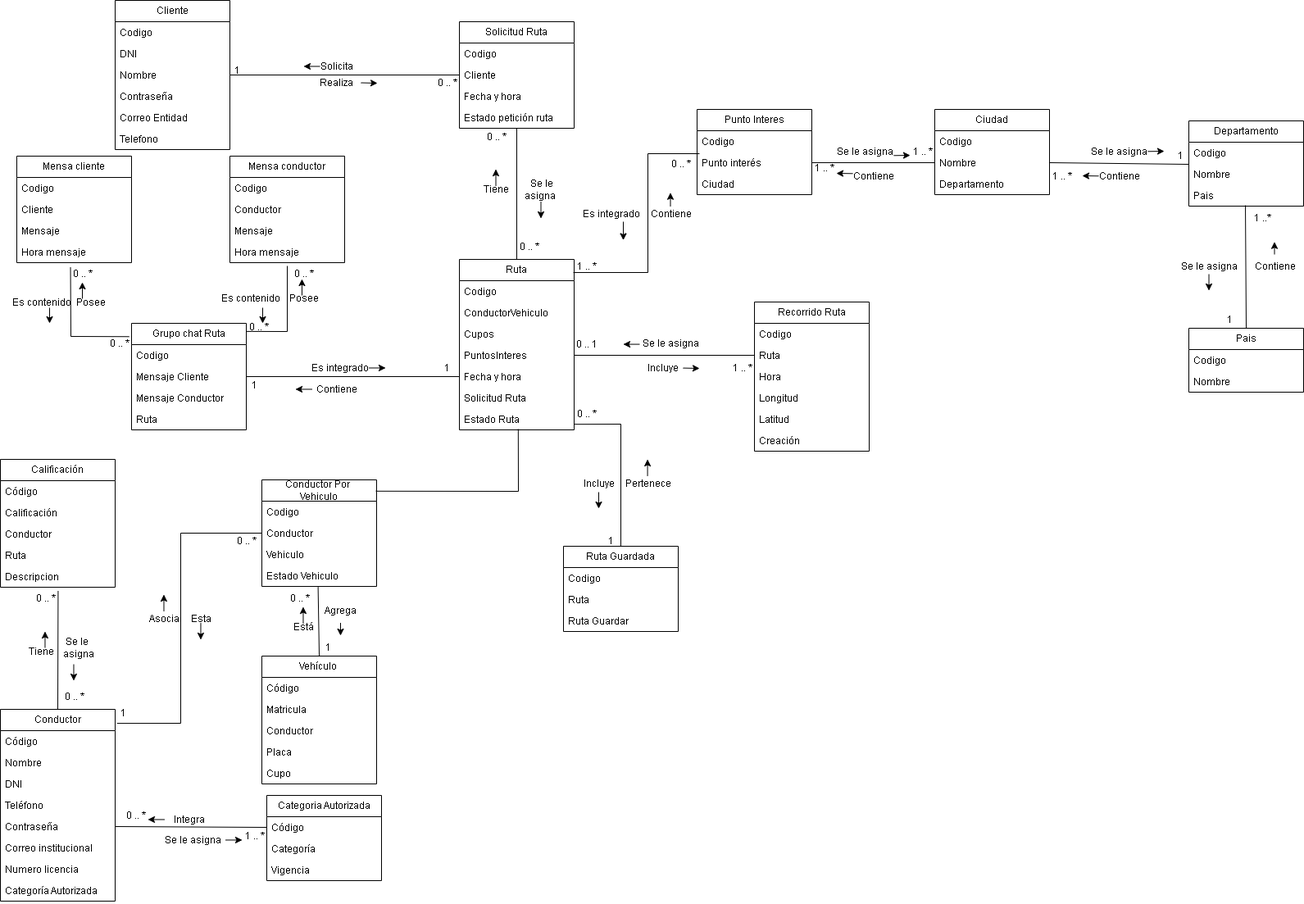
Before: Imagenes/Modelo-Dominio/ModeloDominioEnriquesido.png, a diagram exported from draw.io (federico1605/Software2). Source tidied: cells renumbered, new cells last; positions are measured from the earlier drawing's top-left corner, leaving out a move shared by most shapes.
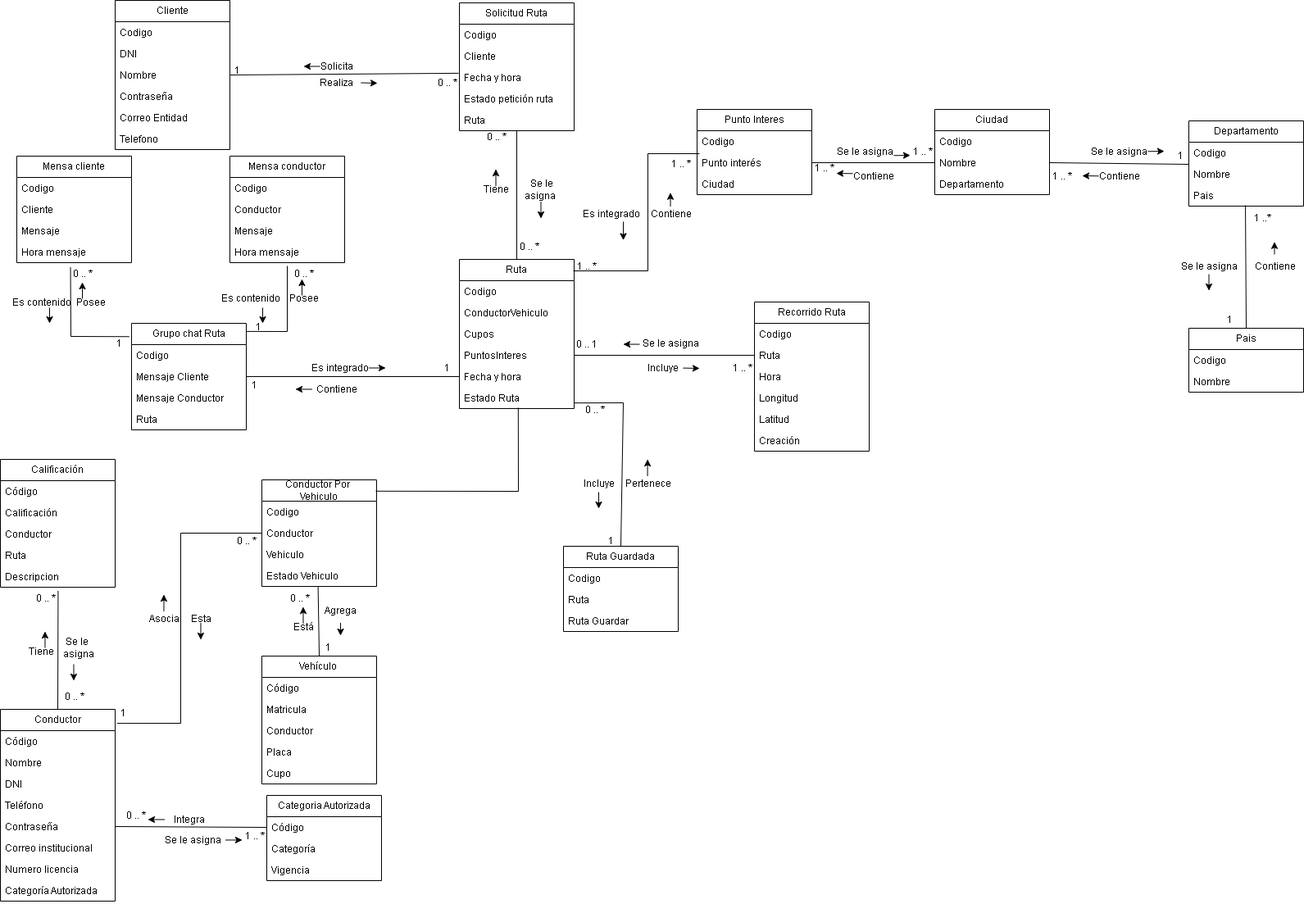
Above is the later version.

The edit, as a diff of the source:
```diff
@@ -24,7 +24,7 @@
       <mxGeometry y="156" width="140" height="26" as="geometry" />
     </mxCell>
     <mxCell id="9" value="Solicitud Ruta" style="swimlane;fontStyle=0;horizontal=1;startSize=26;fillColor=none;whiteSpace=wrap;html=1;" parent="1" vertex="1">
-      <mxGeometry x="560" y="26" width="140" height="130" as="geometry" />
+      <mxGeometry x="560" y="3" width="140" height="156" as="geometry" />
     </mxCell>
     <mxCell id="10" value="Codigo&lt;br&gt;" style="text;strokeColor=none;fillColor=none;align=left;verticalAlign=top;spacingLeft=4;spacingRight=4;overflow=hidden;whiteSpace=wrap;html=1;" parent="9" vertex="1">
       <mxGeometry y="26" width="140" height="26" as="geometry" />
@@ -35,8 +35,11 @@
     <mxCell id="12" value="Fecha y hora&amp;nbsp;" style="text;strokeColor=none;fillColor=none;align=left;verticalAlign=top;spacingLeft=4;spacingRight=4;overflow=hidden;points=[[0,0.5],[1,0.5]];portConstraint=eastwest;whiteSpace=wrap;html=1;" parent="9" vertex="1">
       <mxGeometry y="78" width="140" height="26" as="geometry" />
     </mxCell>
+    <mxCell id="199" value="Estado petición ruta" style="text;strokeColor=none;fillColor=none;align=left;verticalAlign=top;spacingLeft=4;spacingRight=4;overflow=hidden;whiteSpace=wrap;html=1;" parent="9" vertex="1">
+      <mxGeometry y="104" width="140" height="26" as="geometry" />
+    </mxCell>
-    <mxCell id="13" value="Estado petición ruta" style="text;strokeColor=none;fillColor=none;align=left;verticalAlign=top;spacingLeft=4;spacingRight=4;overflow=hidden;points=[[0,0.5],[1,0.5]];portConstraint=eastwest;whiteSpace=wrap;html=1;" parent="9" vertex="1">
-      <mxGeometry y="104" width="140" height="26" as="geometry" />
+    <mxCell id="13" value="Ruta" style="text;strokeColor=none;fillColor=none;align=left;verticalAlign=top;spacingLeft=4;spacingRight=4;overflow=hidden;points=[[0,0.5],[1,0.5]];portConstraint=eastwest;whiteSpace=wrap;html=1;" parent="9" vertex="1">
+      <mxGeometry y="130" width="140" height="26" as="geometry" />
     </mxCell>
     <mxCell id="14" style="endArrow=classic;html=1;rounded=0;" parent="1" edge="1">
       <mxGeometry relative="1" as="geometry">
@@ -50,7 +53,7 @@
         <mxPoint x="370" y="80.5" as="targetPoint" />
       </mxGeometry>
     </mxCell>
-    <mxCell id="16" style="endArrow=none;html=1;rounded=0;exitX=1;exitY=0.5;exitDx=0;exitDy=0;entryX=0;entryY=0.5;entryDx=0;entryDy=0;" parent="1" edge="1" source="5" target="11">
+    <mxCell id="16" style="endArrow=none;html=1;rounded=0;exitX=1;exitY=0.5;exitDx=0;exitDy=0;entryX=-0.007;entryY=0.302;entryDx=0;entryDy=0;entryPerimeter=0;" parent="1" edge="1" source="5" target="12">
       <mxGeometry relative="1" as="geometry" />
     </mxCell>
     <mxCell id="17" value="Solicita" style="text;html=1;align=center;verticalAlign=middle;strokeColor=none;fillColor=none;" parent="1" vertex="1">
@@ -66,7 +69,7 @@
       <mxGeometry x="275" y="71" width="30" height="30" as="geometry" />
     </mxCell>
     <mxCell id="21" value="Ruta" style="swimlane;fontStyle=0;horizontal=1;startSize=26;fillColor=none;whiteSpace=wrap;html=1;" parent="1" vertex="1">
-      <mxGeometry x="560" y="316" width="140" height="208" as="geometry" />
+      <mxGeometry x="560" y="316" width="140" height="182" as="geometry" />
     </mxCell>
     <mxCell id="22" value="Codigo" style="text;strokeColor=none;fillColor=none;align=left;verticalAlign=top;spacingLeft=4;spacingRight=4;overflow=hidden;whiteSpace=wrap;html=1;" parent="21" vertex="1">
       <mxGeometry y="26" width="140" height="26" as="geometry" />
@@ -83,11 +86,8 @@
     <mxCell id="26" value="Fecha y hora" style="text;strokeColor=none;fillColor=none;align=left;verticalAlign=top;spacingLeft=4;spacingRight=4;overflow=hidden;points=[[0,0.5],[1,0.5]];portConstraint=eastwest;whiteSpace=wrap;html=1;" parent="21" vertex="1">
       <mxGeometry y="130" width="140" height="26" as="geometry" />
     </mxCell>
-    <mxCell id="27" value="Solicitud Ruta" style="text;strokeColor=none;fillColor=none;align=left;verticalAlign=top;spacingLeft=4;spacingRight=4;overflow=hidden;whiteSpace=wrap;html=1;" parent="21" vertex="1">
-      <mxGeometry y="156" width="140" height="26" as="geometry" />
-    </mxCell>
     <mxCell id="28" value="Estado Ruta" style="text;strokeColor=none;fillColor=none;align=left;verticalAlign=top;spacingLeft=4;spacingRight=4;overflow=hidden;points=[[0,0.5],[1,0.5]];portConstraint=eastwest;whiteSpace=wrap;html=1;" parent="21" vertex="1">
-      <mxGeometry y="182" width="140" height="26" as="geometry" />
+      <mxGeometry y="156" width="140" height="26" as="geometry" />
     </mxCell>
     <mxCell id="29" style="endArrow=none;html=1;rounded=0;exitX=0.5;exitY=0;exitDx=0;exitDy=0;entryX=0.5;entryY=1;entryDx=0;entryDy=0;entryPerimeter=0;" parent="1" edge="1" source="21" target="13">
       <mxGeometry relative="1" as="geometry" />
@@ -193,11 +193,11 @@
     <mxCell id="58" value="0 .. *" style="text;html=1;align=center;verticalAlign=middle;strokeColor=none;fillColor=none;" parent="1" vertex="1">
       <mxGeometry x="345" y="319" width="50" height="30" as="geometry" />
     </mxCell>
-    <mxCell id="59" value="0 .. *" style="text;html=1;align=center;verticalAlign=middle;strokeColor=none;fillColor=none;" parent="1" vertex="1">
-      <mxGeometry x="120" y="404" width="50" height="30" as="geometry" />
+    <mxCell id="59" value="1" style="text;html=1;align=center;verticalAlign=middle;strokeColor=none;fillColor=none;" parent="1" vertex="1">
+      <mxGeometry x="130" y="404" width="30" height="30" as="geometry" />
     </mxCell>
-    <mxCell id="60" value="0 .. *" style="text;html=1;align=center;verticalAlign=middle;strokeColor=none;fillColor=none;" parent="1" vertex="1">
-      <mxGeometry x="290" y="384" width="50" height="30" as="geometry" />
+    <mxCell id="60" value="1" style="text;html=1;align=center;verticalAlign=middle;strokeColor=none;fillColor=none;" parent="1" vertex="1">
+      <mxGeometry x="300" y="384" width="30" height="30" as="geometry" />
     </mxCell>
     <mxCell id="61" style="endArrow=none;html=1;rounded=0;exitX=1;exitY=0.5;exitDx=0;exitDy=0;entryX=0;entryY=0.5;entryDx=0;entryDy=0;" parent="1" edge="1" source="48" target="26">
       <mxGeometry relative="1" as="geometry" />
@@ -502,7 +502,7 @@
     <mxCell id="143" style="endArrow=none;html=1;rounded=0;exitX=0.5;exitY=0;exitDx=0;exitDy=0;entryX=1.003;entryY=0.737;entryDx=0;entryDy=0;entryPerimeter=0;" parent="1" edge="1" source="132" target="28">
       <mxGeometry relative="1" as="geometry">
         <Array as="points">
-          <mxPoint x="757" y="517" />
+          <mxPoint x="760" y="491" />
         </Array>
       </mxGeometry>
     </mxCell>
@@ -528,7 +528,7 @@
       <mxGeometry x="730" y="645" width="30" height="30" as="geometry" />
     </mxCell>
     <mxCell id="149" value="0 .. *" style="text;html=1;align=center;verticalAlign=middle;strokeColor=none;fillColor=none;" parent="1" vertex="1">
-      <mxGeometry x="690" y="490" width="50" height="30" as="geometry" />
+      <mxGeometry x="700" y="485" width="50" height="30" as="geometry" />
     </mxCell>
     <mxCell id="150" style="endArrow=classic;html=1;rounded=0;" parent="1" edge="1">
       <mxGeometry relative="1" as="geometry">
@@ -611,7 +611,7 @@
     <mxCell id="173" style="endArrow=none;html=1;rounded=0;exitX=0.993;exitY=0.077;exitDx=0;exitDy=0;exitPerimeter=0;entryX=0.021;entryY=0.077;entryDx=0;entryDy=0;entryPerimeter=0;" parent="1" edge="1" source="21" target="160">
       <mxGeometry relative="1" as="geometry">
         <Array as="points">
-          <mxPoint x="790" y="332" />
+          <mxPoint x="790" y="330" />
           <mxPoint x="790" y="187" />
         </Array>
       </mxGeometry>
@@ -636,7 +636,7 @@
     <mxCell id="179" value="1 .. *" style="text;html=1;align=center;verticalAlign=middle;strokeColor=none;fillColor=none;" parent="1" vertex="1">
       <mxGeometry x="690" y="310" width="50" height="30" as="geometry" />
     </mxCell>
-    <mxCell id="180" value="0 .. *" style="text;html=1;align=center;verticalAlign=middle;strokeColor=none;fillColor=none;" parent="1" vertex="1">
+    <mxCell id="180" value="1 .. *" style="text;html=1;align=center;verticalAlign=middle;strokeColor=none;fillColor=none;" parent="1" vertex="1">
       <mxGeometry x="805" y="185" width="50" height="30" as="geometry" />
     </mxCell>
     <mxCell id="181" style="endArrow=classic;html=1;rounded=0;" parent="1" edge="1">
```
